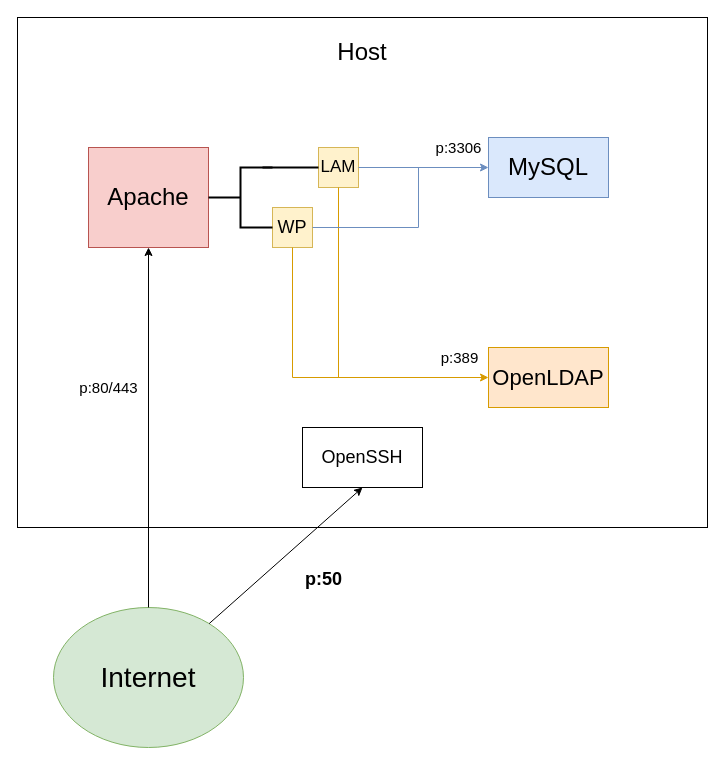
Above: Flowcharts/flowchart.drawio in mrmysko/Linux2-Grubbarbete (draw.io), before the change. Source tidied: cells renumbered, new cells numbered last; positions are measured from the earlier drawing's top-left corner, leaving out a move shared by most shapes. Both pictures are drawn from the tidied source at 100%, with x=0, y=0 at pixel (17, 17).
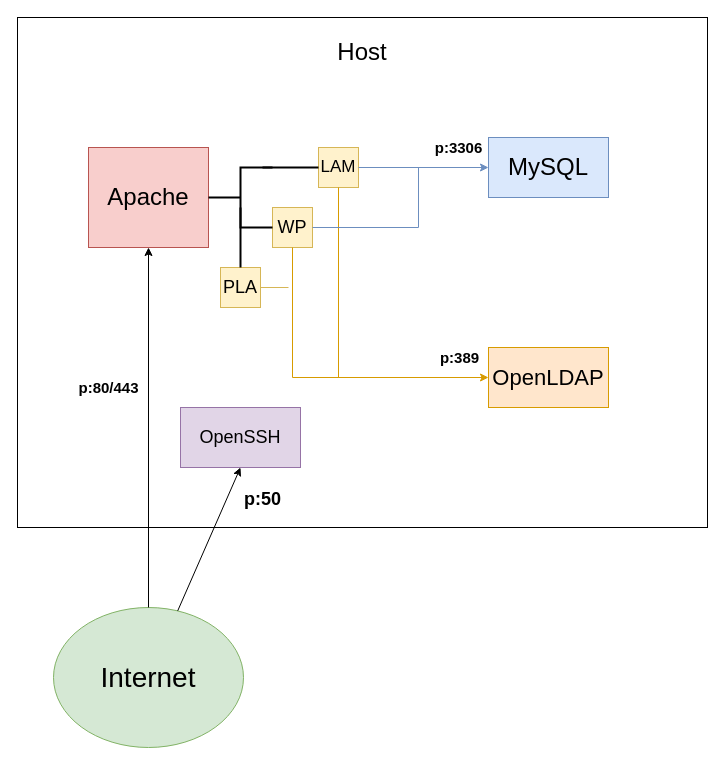
Above is the later version.

Unchanged cells that the change refers to:
```xml
<mxCell id="4" value="Apache" style="rounded=0;whiteSpace=wrap;html=1;fontFamily=Helvetica;fontSize=24;fillColor=#f8cecc;strokeColor=#b85450;" parent="1" vertex="1">
  <mxGeometry x="71" y="130" width="120" height="100" as="geometry" />
</mxCell>
<mxCell id="5" value="MySQL" style="rounded=0;whiteSpace=wrap;html=1;fontSize=24;fillColor=#dae8fc;strokeColor=#6c8ebf;" parent="1" vertex="1">
  <mxGeometry x="471" y="120" width="120" height="60" as="geometry" />
</mxCell>
<mxCell id="6" value="&lt;font style=&quot;font-size: 22px;&quot;&gt;OpenLDAP&lt;/font&gt;" style="rounded=0;whiteSpace=wrap;html=1;fontSize=24;fillColor=#ffe6cc;strokeColor=#d79b00;" parent="1" vertex="1">
  <mxGeometry x="471" y="330" width="120" height="60" as="geometry" />
</mxCell>
<mxCell id="7" value="&lt;font style=&quot;font-size: 17px;&quot;&gt;LAM&lt;/font&gt;" style="rounded=0;whiteSpace=wrap;html=1;fillColor=#fff2cc;strokeColor=#d6b656;" parent="1" vertex="1">
  <mxGeometry x="301" y="130" width="40" height="40" as="geometry" />
</mxCell>
<mxCell id="8" value="&lt;font style=&quot;font-size: 18px;&quot;&gt;WP&lt;/font&gt;" style="rounded=0;whiteSpace=wrap;html=1;fillColor=#fff2cc;strokeColor=#d6b656;" parent="1" vertex="1">
  <mxGeometry x="255" y="190" width="40" height="40" as="geometry" />
</mxCell>
<mxCell id="9" value="&lt;font style=&quot;font-size: 28px;&quot;&gt;Internet&lt;/font&gt;" style="ellipse;whiteSpace=wrap;html=1;fillColor=#d5e8d4;strokeColor=#82b366;" parent="1" vertex="1">
  <mxGeometry x="36" y="590" width="190" height="140" as="geometry" />
</mxCell>
```

Change to the diagram source:
```diff
@@
-    <mxCell id="11" value="&lt;font style=&quot;font-size: 15px;&quot;&gt;p:389&lt;/font&gt;" style="endArrow=classic;html=1;rounded=0;fillColor=#ffe6cc;strokeColor=#d79b00;" parent="1" edge="1" source="8" target="6">
+    <mxCell id="11" value="&lt;b&gt;&lt;font style=&quot;font-size: 15px;&quot;&gt;p:389&lt;/font&gt;&lt;/b&gt;" style="endArrow=classic;html=1;rounded=0;fillColor=#ffe6cc;strokeColor=#d79b00;" parent="1" edge="1" source="8" target="6">
       <mxGeometry x="0.82" y="20" relative="1" as="geometry">
         <Array as="points">
           <mxPoint x="275" y="360" />
         </Array>
       </mxGeometry>
     </mxCell>
-    <mxCell id="12" value="&lt;font style=&quot;font-size: 15px;&quot;&gt;p:3306&lt;/font&gt;" style="endArrow=classic;html=1;rounded=0;fillColor=#dae8fc;strokeColor=#6c8ebf;" parent="1" edge="1" source="7" target="5">
+    <mxCell id="12" value="&lt;b&gt;&lt;font style=&quot;font-size: 15px;&quot;&gt;p:3306&lt;/font&gt;&lt;/b&gt;" style="endArrow=classic;html=1;rounded=0;fillColor=#dae8fc;strokeColor=#6c8ebf;" parent="1" edge="1" source="7" target="5">
       <mxGeometry x="0.54" y="20" relative="1" as="geometry" />
     </mxCell>
-    <mxCell id="13" value="&lt;font style=&quot;font-size: 15px;&quot;&gt;p:80/443&lt;/font&gt;" style="endArrow=classic;html=1;rounded=0;" parent="1" edge="1" source="9" target="4">
+    <mxCell id="13" value="&lt;b&gt;&lt;font style=&quot;font-size: 15px;&quot;&gt;p:80/443&lt;/font&gt;&lt;/b&gt;" style="endArrow=classic;html=1;rounded=0;" parent="1" edge="1" source="9" target="4">
       <mxGeometry x="0.22" y="40" relative="1" as="geometry" />
     </mxCell>
@@
-    <mxCell id="17" value="&lt;font style=&quot;font-size: 18px;&quot;&gt;OpenSSH&lt;/font&gt;" style="rounded=0;whiteSpace=wrap;html=1;" parent="1" vertex="1">
-      <mxGeometry x="285" y="410" width="120" height="60" as="geometry" />
+    <mxCell id="17" value="&lt;font style=&quot;font-size: 18px;&quot;&gt;OpenSSH&lt;/font&gt;" style="rounded=0;whiteSpace=wrap;html=1;fillColor=#e1d5e7;strokeColor=#9673a6;" parent="1" vertex="1">
+      <mxGeometry x="163" y="390" width="120" height="60" as="geometry" />
     </mxCell>
@@
     <mxCell id="19" value="&lt;font style=&quot;font-size: 18px;&quot;&gt;p:50&lt;/font&gt;" style="text;strokeColor=none;fillColor=none;html=1;fontSize=24;fontStyle=1;verticalAlign=middle;align=center;" parent="1" vertex="1">
-      <mxGeometry x="256" y="540" width="100" height="40" as="geometry" />
+      <mxGeometry x="195" y="460" width="100" height="40" as="geometry" />
     </mxCell>
+    <mxCell id="20" value="&lt;font style=&quot;font-size: 18px;&quot;&gt;PLA&lt;/font&gt;" style="rounded=0;whiteSpace=wrap;html=1;fillColor=#fff2cc;strokeColor=#d6b656;" parent="1" vertex="1">
+      <mxGeometry x="203" y="250" width="40" height="40" as="geometry" />
+    </mxCell>
+    <mxCell id="21" style="line;strokeWidth=2;direction=south;html=1;" parent="1" vertex="1">
+      <mxGeometry x="218" y="190" width="10" height="60" as="geometry" />
+    </mxCell>
+    <mxCell id="22" style="endArrow=none;html=1;rounded=0;entryX=1;entryY=0.5;entryDx=0;entryDy=0;fillColor=#fff2cc;strokeColor=#d6b656;" parent="1" edge="1" target="20">
+      <mxGeometry relative="1" as="geometry">
+        <mxPoint x="271" y="270" as="sourcePoint" />
+      </mxGeometry>
+    </mxCell>
```
